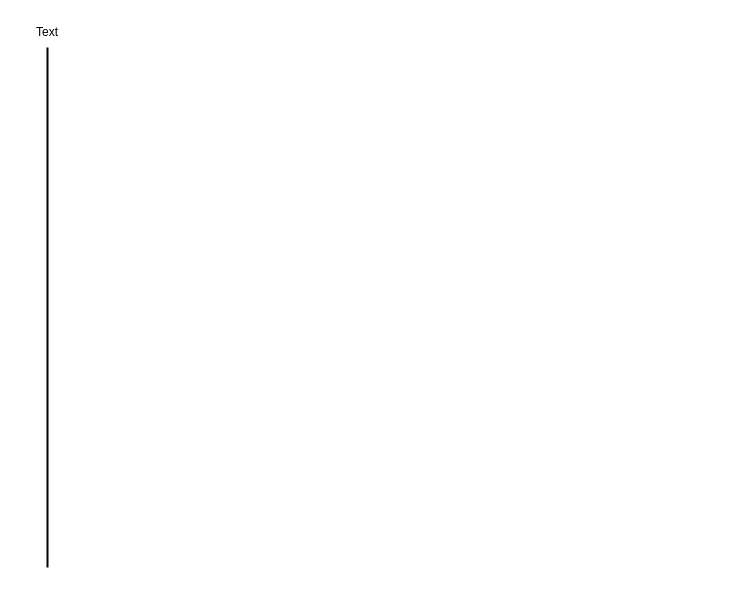
Before: authentication/migrations/__pycache__/Four-wheeler.drawio in LukeNgirubiu/vendor-app, a draw.io diagram. Source tidied: cells renumbered, new cells numbered last; positions are measured from the earlier drawing's top-left corner, leaving out a move shared by most shapes. Both pictures are drawn from the tidied source at 100%, with x=0, y=0 at pixel (17, 17).
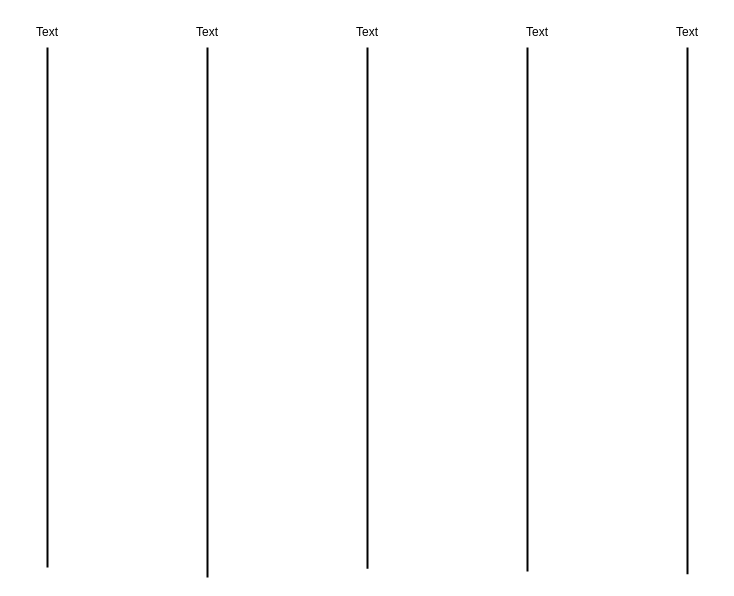
The same page after the edit.

Change to the diagram source:
```diff
@@
 <mxGraphModel>
   <root>
     <mxCell id="0" />
     <mxCell id="1" parent="0" />
     <mxCell id="2" style="endArrow=none;html=1;rounded=0;strokeWidth=2;" parent="1" edge="1">
       <mxGeometry relative="1" as="geometry">
         <mxPoint x="30" y="550" as="sourcePoint" />
         <mxPoint x="30" y="30" as="targetPoint" />
       </mxGeometry>
     </mxCell>
+    <mxCell id="4" style="endArrow=none;html=1;rounded=0;strokeWidth=2;" parent="1" edge="1">
+      <mxGeometry relative="1" as="geometry">
+        <mxPoint x="190" y="560" as="sourcePoint" />
+        <mxPoint x="190" y="30" as="targetPoint" />
+      </mxGeometry>
+    </mxCell>
+    <mxCell id="5" style="endArrow=none;html=1;rounded=0;strokeWidth=2;" parent="1" edge="1">
+      <mxGeometry relative="1" as="geometry">
+        <mxPoint x="350" y="551.3" as="sourcePoint" />
+        <mxPoint x="350" y="30" as="targetPoint" />
+      </mxGeometry>
+    </mxCell>
+    <mxCell id="6" style="endArrow=none;html=1;rounded=0;strokeWidth=2;" parent="1" edge="1">
+      <mxGeometry relative="1" as="geometry">
+        <mxPoint x="510" y="554" as="sourcePoint" />
+        <mxPoint x="510" y="30" as="targetPoint" />
+      </mxGeometry>
+    </mxCell>
+    <mxCell id="7" style="endArrow=none;html=1;rounded=0;strokeWidth=2;" parent="1" edge="1">
+      <mxGeometry relative="1" as="geometry">
+        <mxPoint x="670" y="556.7" as="sourcePoint" />
+        <mxPoint x="670" y="30" as="targetPoint" />
+      </mxGeometry>
+    </mxCell>
     <mxCell id="3" value="Text" style="text;html=1;align=center;verticalAlign=middle;whiteSpace=wrap;rounded=0;" parent="1" vertex="1">
       <mxGeometry width="60" height="30" as="geometry" />
     </mxCell>
+    <mxCell id="8" value="Text" style="text;html=1;align=center;verticalAlign=middle;whiteSpace=wrap;rounded=0;" parent="1" vertex="1">
+      <mxGeometry x="160" width="60" height="30" as="geometry" />
+    </mxCell>
+    <mxCell id="9" value="Text" style="text;html=1;align=center;verticalAlign=middle;whiteSpace=wrap;rounded=0;" parent="1" vertex="1">
+      <mxGeometry x="320" width="60" height="30" as="geometry" />
+    </mxCell>
+    <mxCell id="10" value="Text" style="text;html=1;align=center;verticalAlign=middle;whiteSpace=wrap;rounded=0;" parent="1" vertex="1">
+      <mxGeometry x="490" width="60" height="30" as="geometry" />
+    </mxCell>
+    <mxCell id="11" value="Text" style="text;html=1;align=center;verticalAlign=middle;whiteSpace=wrap;rounded=0;" parent="1" vertex="1">
+      <mxGeometry x="640" width="60" height="30" as="geometry" />
+    </mxCell>
   </root>
 </mxGraphModel>
```
